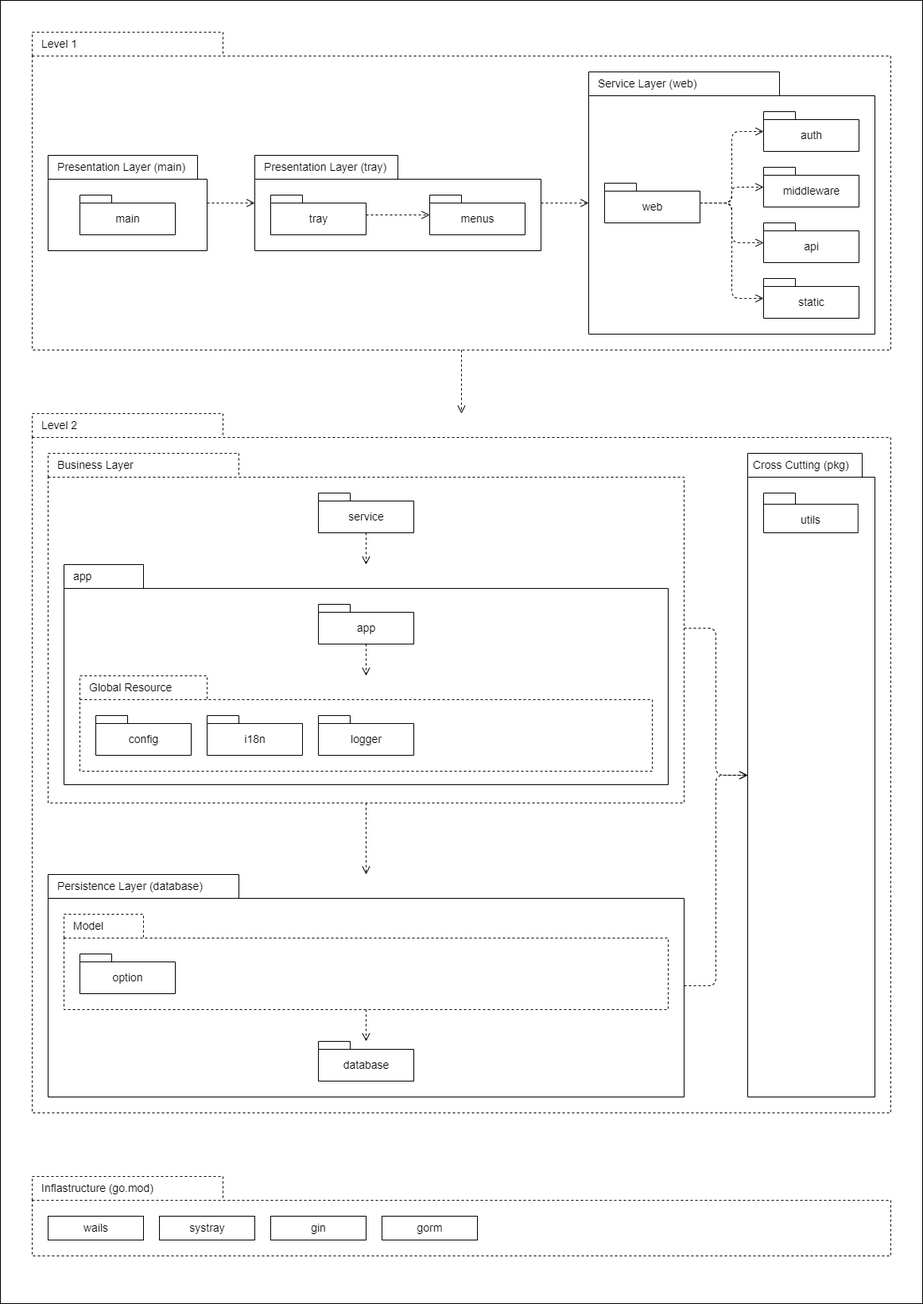
Earlier version of the draw.io export diagrams/package.png (jinyaoMa/my-app). Source tidied: cells renumbered, new cells last; positions are measured from the earlier drawing's top-left corner, leaving out a move shared by most shapes.
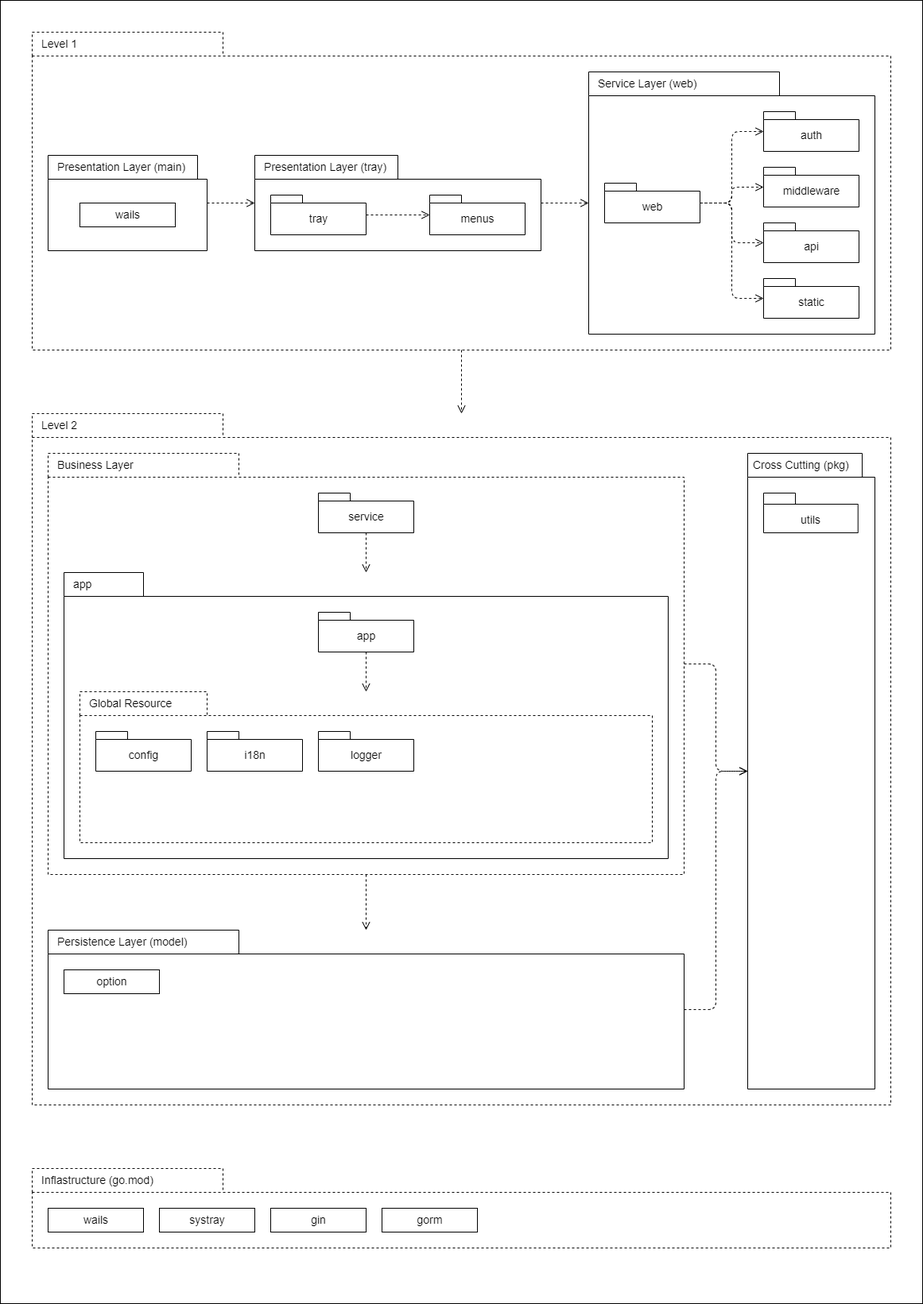
The same diagram one commit later.

What changed in the source:
```diff
@@ -6,7 +6,7 @@
       <mxGeometry width="1160" height="1640" as="geometry" />
     </mxCell>
     <mxCell id="3" value="&lt;span style=&quot;&quot;&gt;Inflastructure (go.mod)&lt;/span&gt;" style="shape=folder;fontStyle=0;tabWidth=240;tabHeight=30;tabPosition=left;html=1;boundedLbl=1;labelInHeader=1;fontSize=14;align=left;spacingLeft=10;dashed=1;" parent="1" vertex="1">
-      <mxGeometry x="40" y="1480" width="1080" height="100" as="geometry" />
+      <mxGeometry x="40" y="1470" width="1080" height="100" as="geometry" />
     </mxCell>
     <mxCell id="4" value="wails" style="html=1;fontSize=14;fontStyle=0;" parent="3" vertex="1">
       <mxGeometry width="120" height="30" relative="1" as="geometry">
@@ -58,9 +58,9 @@
     <mxCell id="19" value="&lt;span style=&quot;&quot;&gt;Presentation Layer (main)&lt;/span&gt;" style="shape=folder;fontStyle=0;tabWidth=240;tabHeight=30;tabPosition=left;html=1;boundedLbl=1;labelInHeader=1;fontSize=14;align=left;spacingLeft=10;" parent="8" vertex="1">
       <mxGeometry x="20" y="155" width="200" height="120" as="geometry" />
     </mxCell>
-    <mxCell id="20" value="&lt;span style=&quot;font-size: 14px&quot;&gt;main&lt;/span&gt;" style="shape=folder;fontStyle=0;tabWidth=40;tabHeight=10;tabPosition=left;html=1;boundedLbl=1;fontSize=12;" parent="19" vertex="1">
-      <mxGeometry x="40" y="50" width="120" height="50" as="geometry" />
-    </mxCell>
+    <mxCell id="49" value="wails" style="html=1;fontSize=14;fontStyle=0;" parent="19" vertex="1">
+      <mxGeometry x="40" y="60" width="120" height="30" as="geometry" />
+    </mxCell>
     <mxCell id="21" value="Presentation Layer&lt;span&gt;&amp;nbsp;(tray)&lt;/span&gt;" style="shape=folder;fontStyle=0;tabWidth=180;tabHeight=30;tabPosition=left;html=1;boundedLbl=1;labelInHeader=1;fontSize=14;align=left;spacingLeft=10;" parent="8" vertex="1">
       <mxGeometry x="280" y="155" width="360" height="120" as="geometry" />
     </mxCell>
@@ -80,10 +80,10 @@
       <mxGeometry relative="1" as="geometry" />
     </mxCell>
     <mxCell id="27" value="&lt;span&gt;Level 2&lt;/span&gt;" style="shape=folder;fontStyle=0;tabWidth=240;tabHeight=30;tabPosition=left;html=1;boundedLbl=1;labelInHeader=1;fontSize=14;align=left;spacingLeft=10;dashed=1;" parent="1" vertex="1">
-      <mxGeometry x="40" y="520" width="1080" height="880" as="geometry" />
+      <mxGeometry x="40" y="520" width="1080" height="870" as="geometry" />
     </mxCell>
     <mxCell id="28" value="Cross Cutting (pkg)" style="shape=folder;xSize=90;align=left;spacingLeft=4;align=left;verticalAlign=top;spacingLeft=5;spacingTop=0;tabWidth=240;tabHeight=30;tabPosition=left;html=1;strokeWidth=1;fontSize=14;fontStyle=0;" parent="27" vertex="1">
-      <mxGeometry x="900" y="50" width="160" height="810" as="geometry" />
+      <mxGeometry x="900" y="50" width="160" height="800" as="geometry" />
     </mxCell>
     <mxCell id="29" value="&lt;br&gt;utils" style="strokeColor=inherit;fillColor=inherit;gradientColor=inherit;shape=folder;spacingLeft=10;tabWidth=40;tabHeight=14;tabPosition=left;fontSize=14;html=1;whiteSpace=wrap;spacingRight=10;fontStyle=0;" parent="28" vertex="1">
       <mxGeometry x="20" y="50" width="118.8" height="50" as="geometry" />
@@ -91,20 +91,11 @@
     <mxCell id="30" style="edgeStyle=orthogonalEdgeStyle;html=1;dashed=1;fontSize=14;endArrow=open;endFill=0;endSize=8;fontStyle=0;" parent="27" edge="1" source="31" target="28">
       <mxGeometry relative="1" as="geometry" />
     </mxCell>
-    <mxCell id="31" value="&lt;span style=&quot;&quot;&gt;Persistence Layer (database)&lt;/span&gt;" style="shape=folder;fontStyle=0;tabWidth=240;tabHeight=30;tabPosition=left;html=1;boundedLbl=1;labelInHeader=1;fontSize=14;align=left;spacingLeft=10;" parent="27" vertex="1">
-      <mxGeometry x="20" y="580" width="800" height="280" as="geometry" />
+    <mxCell id="31" value="&lt;span&gt;Persistence Layer (model)&lt;/span&gt;" style="shape=folder;fontStyle=0;tabWidth=240;tabHeight=30;tabPosition=left;html=1;boundedLbl=1;labelInHeader=1;fontSize=14;align=left;spacingLeft=10;" parent="27" vertex="1">
+      <mxGeometry x="20" y="650" width="800" height="200" as="geometry" />
     </mxCell>
-    <mxCell id="32" value="&lt;font style=&quot;font-size: 14px;&quot;&gt;database&lt;/font&gt;" style="shape=folder;fontStyle=0;tabWidth=40;tabHeight=10;tabPosition=left;html=1;boundedLbl=1;fontSize=12;" parent="31" vertex="1">
-      <mxGeometry x="340" y="210" width="120" height="50" as="geometry" />
-    </mxCell>
-    <mxCell id="33" style="edgeStyle=orthogonalEdgeStyle;html=1;fontSize=12;dashed=1;endArrow=open;endFill=0;endSize=8;fontStyle=0;" parent="31" edge="1" source="34" target="32">
-      <mxGeometry relative="1" as="geometry" />
-    </mxCell>
-    <mxCell id="34" value="&lt;span style=&quot;&quot;&gt;Model&lt;/span&gt;" style="shape=folder;fontStyle=0;tabWidth=100;tabHeight=30;tabPosition=left;html=1;boundedLbl=1;labelInHeader=1;fontSize=14;align=left;spacingLeft=10;dashed=1;" parent="31" vertex="1">
-      <mxGeometry x="20" y="50" width="760" height="120" as="geometry" />
-    </mxCell>
-    <mxCell id="35" value="&lt;span style=&quot;font-size: 14px;&quot;&gt;option&lt;/span&gt;" style="shape=folder;fontStyle=0;tabWidth=40;tabHeight=10;tabPosition=left;html=1;boundedLbl=1;fontSize=12;" parent="34" vertex="1">
-      <mxGeometry x="20" y="50" width="120" height="50" as="geometry" />
+    <mxCell id="35" value="option" style="html=1;fontSize=14;fontStyle=0;" parent="31" vertex="1">
+      <mxGeometry x="20" y="50" width="120" height="30" as="geometry" />
     </mxCell>
     <mxCell id="36" style="edgeStyle=orthogonalEdgeStyle;html=1;dashed=1;fontSize=14;endArrow=open;endFill=0;endSize=8;fontStyle=0;" parent="27" edge="1" source="38" target="31">
       <mxGeometry relative="1" as="geometry" />
@@ -113,13 +104,13 @@
       <mxGeometry relative="1" as="geometry" />
     </mxCell>
     <mxCell id="38" value="&lt;span style=&quot;&quot;&gt;Business Layer&lt;/span&gt;" style="shape=folder;fontStyle=0;tabWidth=240;tabHeight=30;tabPosition=left;html=1;boundedLbl=1;labelInHeader=1;fontSize=14;align=left;spacingLeft=10;dashed=1;" parent="27" vertex="1">
-      <mxGeometry x="20" y="50" width="800" height="440" as="geometry" />
+      <mxGeometry x="20" y="50" width="800" height="530" as="geometry" />
     </mxCell>
     <mxCell id="39" value="&lt;span style=&quot;&quot;&gt;app&lt;/span&gt;" style="shape=folder;fontStyle=0;tabWidth=100;tabHeight=30;tabPosition=left;html=1;boundedLbl=1;labelInHeader=1;fontSize=14;align=left;spacingLeft=10;" parent="38" vertex="1">
-      <mxGeometry x="20" y="140" width="760" height="277" as="geometry" />
+      <mxGeometry x="20" y="150" width="760" height="360" as="geometry" />
     </mxCell>
     <mxCell id="40" value="&lt;span style=&quot;&quot;&gt;Global Resource&lt;/span&gt;" style="shape=folder;fontStyle=0;tabWidth=160;tabHeight=30;tabPosition=left;html=1;boundedLbl=1;labelInHeader=1;fontSize=14;align=left;spacingLeft=10;dashed=1;" parent="39" vertex="1">
-      <mxGeometry x="20" y="140" width="720" height="120" as="geometry" />
+      <mxGeometry x="20" y="150" width="720" height="190" as="geometry" />
     </mxCell>
     <mxCell id="41" value="&lt;span style=&quot;font-size: 14px;&quot;&gt;config&lt;/span&gt;" style="shape=folder;fontStyle=0;tabWidth=40;tabHeight=10;tabPosition=left;html=1;boundedLbl=1;fontSize=12;" parent="40" vertex="1">
       <mxGeometry x="20" y="50" width="120" height="50" as="geometry" />
```
